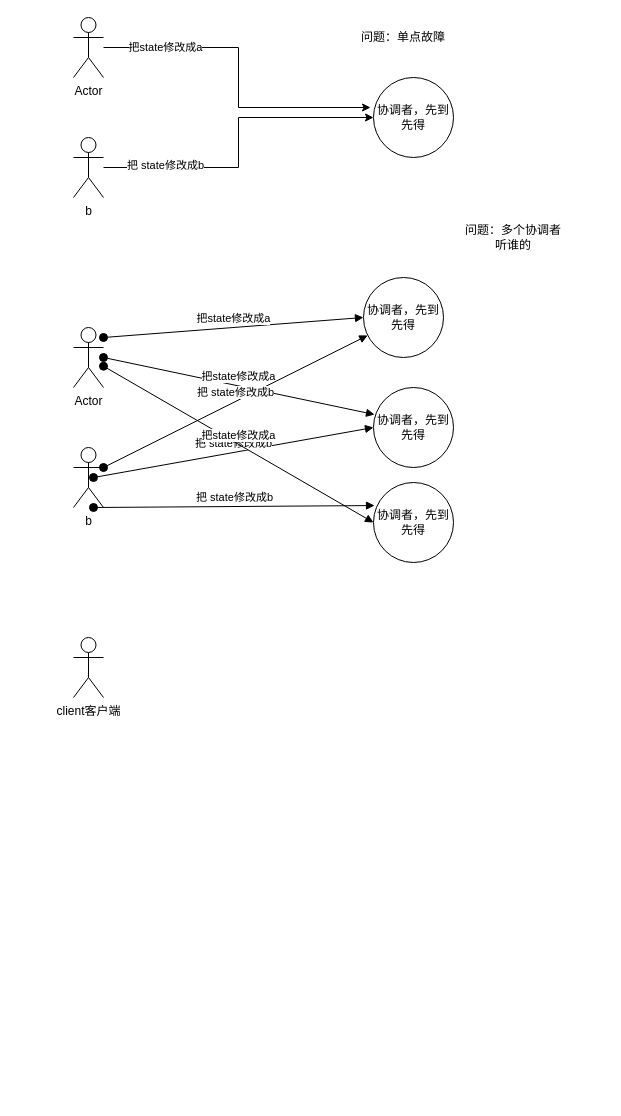
This is Untitled paxos.drawio from qinhaohao1114/my-draw, a draw.io file, before an edit. Source tidied: cells renumbered, new cells numbered last; positions are measured from the earlier drawing's top-left corner, leaving out a move shared by most shapes. Both pictures are drawn from the tidied source at 100%, with x=0, y=0 at pixel (73, 17).
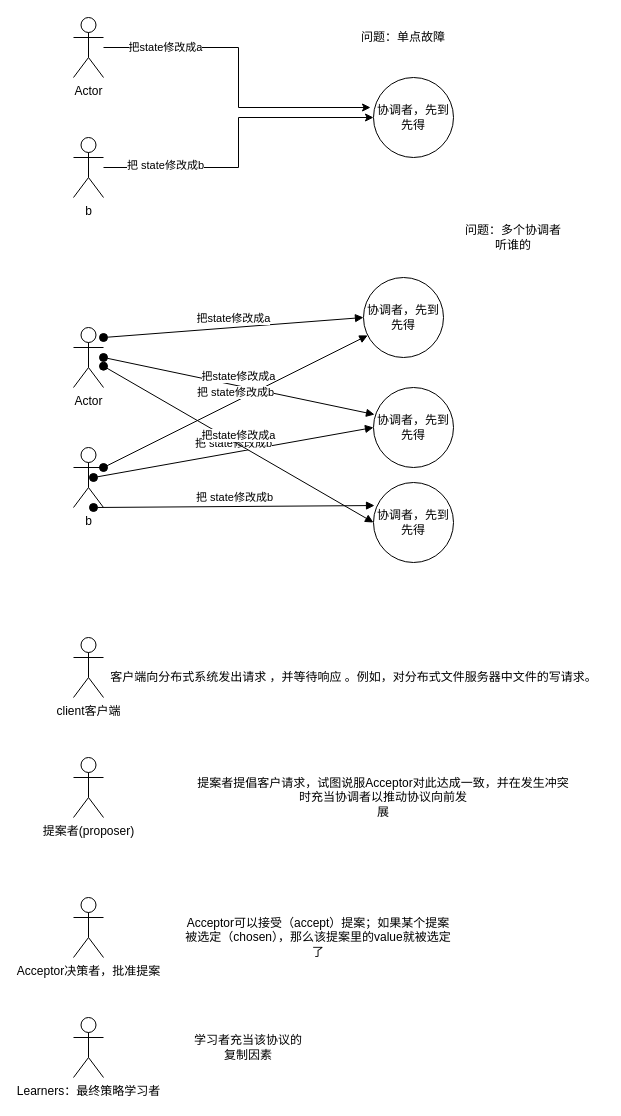
The same diagram, later.

The edit, as a diff of the source:
```diff
@@
+    <mxCell id="23" value="客户端向分布式系统发出请求 ，并等待响应 。例如，对分布式文件服务器中文件的写请求。" style="text;html=1;align=center;verticalAlign=middle;" parent="1" vertex="1">
+      <mxGeometry x="30" y="650" width="500" height="20" as="geometry" />
+    </mxCell>
+    <mxCell id="24" value="&lt;div&gt;提案者提倡客户请求，试图说服Acceptor对此达成一致，并在发生冲突时充当协调者以推动协议向前发&lt;/div&gt;&lt;div&gt;展&lt;/div&gt;" style="text;html=1;strokeColor=none;fillColor=none;align=center;verticalAlign=middle;whiteSpace=wrap;rounded=0;" parent="1" vertex="1">
+      <mxGeometry x="120" y="770" width="380" height="20" as="geometry" />
+    </mxCell>
+    <mxCell id="25" value="&lt;span&gt;提案者(proposer)&lt;/span&gt;" style="shape=umlActor;verticalLabelPosition=bottom;verticalAlign=top;html=1;" parent="1" vertex="1">
+      <mxGeometry y="740" width="30" height="60" as="geometry" />
+    </mxCell>
+    <mxCell id="26" value="Acceptor决策者，批准提案" style="shape=umlActor;verticalLabelPosition=bottom;verticalAlign=top;html=1;" parent="1" vertex="1">
+      <mxGeometry y="880" width="30" height="60" as="geometry" />
+    </mxCell>
+    <mxCell id="27" value="Acceptor可以接受（accept）提案；如果某个提案被选定（chosen），那么该提案里的value就被选定了" style="text;html=1;strokeColor=none;fillColor=none;align=center;verticalAlign=middle;whiteSpace=wrap;rounded=0;" parent="1" vertex="1">
+      <mxGeometry x="110" y="910" width="270" height="20" as="geometry" />
+    </mxCell>
+    <mxCell id="28" value="Learners：最终策略学习者" style="shape=umlActor;verticalLabelPosition=bottom;verticalAlign=top;html=1;" parent="1" vertex="1">
+      <mxGeometry y="1000" width="30" height="60" as="geometry" />
+    </mxCell>
+    <mxCell id="29" value="学习者充当该协议的复制因素" style="text;html=1;strokeColor=none;fillColor=none;align=center;verticalAlign=middle;whiteSpace=wrap;rounded=0;" parent="1" vertex="1">
+      <mxGeometry x="120" y="1020" width="110" height="20" as="geometry" />
+    </mxCell>
```
